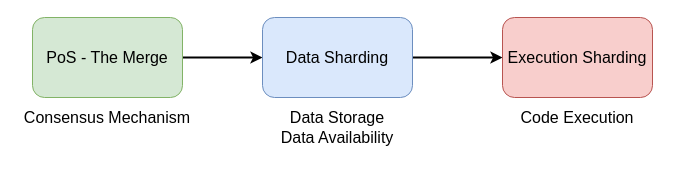
This is blockchain/old roadmap - eth.drawio from 0xyicheng/a-research-diagram, a draw.io file, before an edit. Source tidied: cells renumbered, new cells numbered last; positions are measured from the earlier drawing's top-left corner, leaving out a move shared by most shapes. Both pictures are drawn from the tidied source at 100%, with x=0, y=0 at pixel (17, 17).
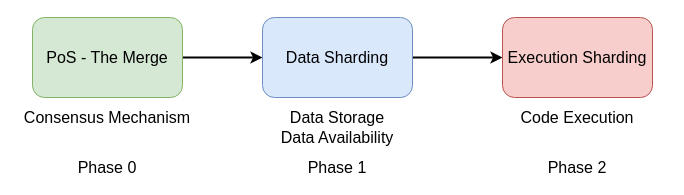
The same diagram, later.

Diff of the diagram source:
```diff
@@
 <mxGraphModel>
   <root>
     <mxCell id="0" />
     <mxCell id="1" parent="0" />
     <mxCell id="2" style="edgeStyle=orthogonalEdgeStyle;rounded=0;jettySize=auto;html=1;fontSize=16;strokeWidth=2;" parent="1" edge="1" source="3" target="5">
       <mxGeometry relative="1" as="geometry" />
     </mxCell>
     <mxCell id="3" value="&lt;font style=&quot;font-size: 16px;&quot;&gt;PoS - The Merge&lt;/font&gt;" style="rounded=1;whiteSpace=wrap;html=1;fillColor=#d5e8d4;strokeColor=#82b366;" parent="1" vertex="1">
       <mxGeometry x="15" width="150" height="80" as="geometry" />
     </mxCell>
     <mxCell id="4" style="edgeStyle=orthogonalEdgeStyle;rounded=0;jettySize=auto;html=1;fontSize=16;strokeWidth=2;" parent="1" edge="1" source="5" target="6">
       <mxGeometry relative="1" as="geometry" />
     </mxCell>
     <mxCell id="5" value="&lt;span style=&quot;font-size: 16px;&quot;&gt;Data Sharding&lt;/span&gt;" style="rounded=1;whiteSpace=wrap;html=1;fillColor=#dae8fc;strokeColor=#6c8ebf;" parent="1" vertex="1">
       <mxGeometry x="245" width="150" height="80" as="geometry" />
     </mxCell>
     <mxCell id="6" value="&lt;font style=&quot;font-size: 16px;&quot;&gt;Execution Sharding&lt;/font&gt;" style="rounded=1;whiteSpace=wrap;html=1;fillColor=#f8cecc;strokeColor=#b85450;" parent="1" vertex="1">
       <mxGeometry x="485" width="150" height="80" as="geometry" />
     </mxCell>
     <mxCell id="7" value="Consensus Mechanism" style="text;html=1;strokeColor=none;fillColor=none;align=center;verticalAlign=middle;whiteSpace=wrap;rounded=0;fontSize=16;" parent="1" vertex="1">
       <mxGeometry y="80" width="180" height="40" as="geometry" />
     </mxCell>
     <mxCell id="8" value="Data Storage&lt;br&gt;Data Availability" style="text;html=1;strokeColor=none;fillColor=none;align=center;verticalAlign=middle;whiteSpace=wrap;rounded=0;fontSize=16;" parent="1" vertex="1">
       <mxGeometry x="230" y="80" width="180" height="60" as="geometry" />
     </mxCell>
     <mxCell id="9" value="Code Execution" style="text;html=1;strokeColor=none;fillColor=none;align=center;verticalAlign=middle;whiteSpace=wrap;rounded=0;fontSize=16;" parent="1" vertex="1">
       <mxGeometry x="470" y="80" width="180" height="40" as="geometry" />
     </mxCell>
+    <mxCell id="10" value="Phase 0" style="text;html=1;strokeColor=none;fillColor=none;align=center;verticalAlign=middle;whiteSpace=wrap;rounded=0;fontSize=16;" parent="1" vertex="1">
+      <mxGeometry x="55" y="140" width="70" height="20" as="geometry" />
+    </mxCell>
+    <mxCell id="11" value="Phase 1" style="text;html=1;strokeColor=none;fillColor=none;align=center;verticalAlign=middle;whiteSpace=wrap;rounded=0;fontSize=16;" parent="1" vertex="1">
+      <mxGeometry x="285" y="140" width="70" height="20" as="geometry" />
+    </mxCell>
+    <mxCell id="12" value="Phase 2" style="text;html=1;strokeColor=none;fillColor=none;align=center;verticalAlign=middle;whiteSpace=wrap;rounded=0;fontSize=16;" parent="1" vertex="1">
+      <mxGeometry x="525" y="140" width="70" height="20" as="geometry" />
+    </mxCell>
   </root>
 </mxGraphModel>
```
